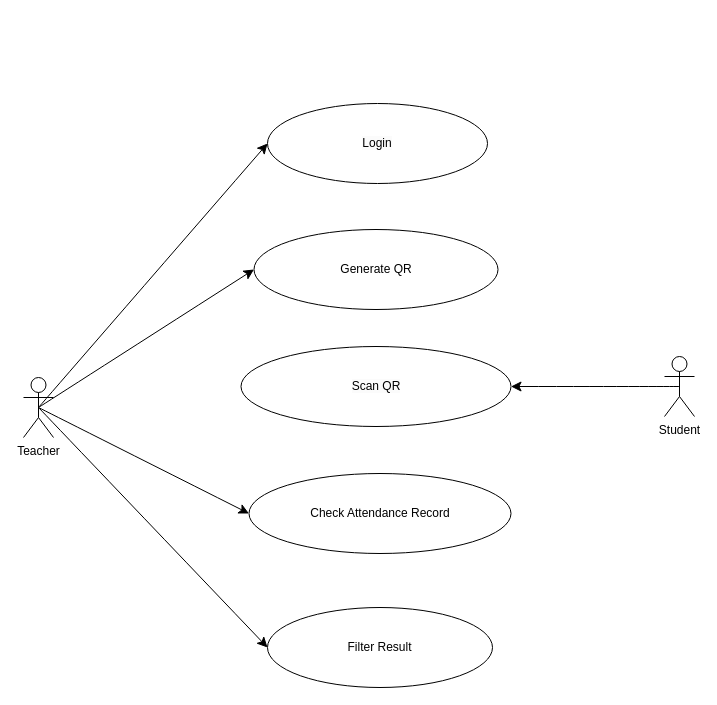
KhunMaungNgwee/InternShipProject keeps this draw.io diagram as useCase.drawio. Above is the earlier version. Source tidied: cells renumbered, new cells numbered last; positions are measured from the earlier drawing's top-left corner, leaving out a move shared by most shapes. Both pictures are drawn from the tidied source at 100%, with x=0, y=0 at pixel (23, 103).
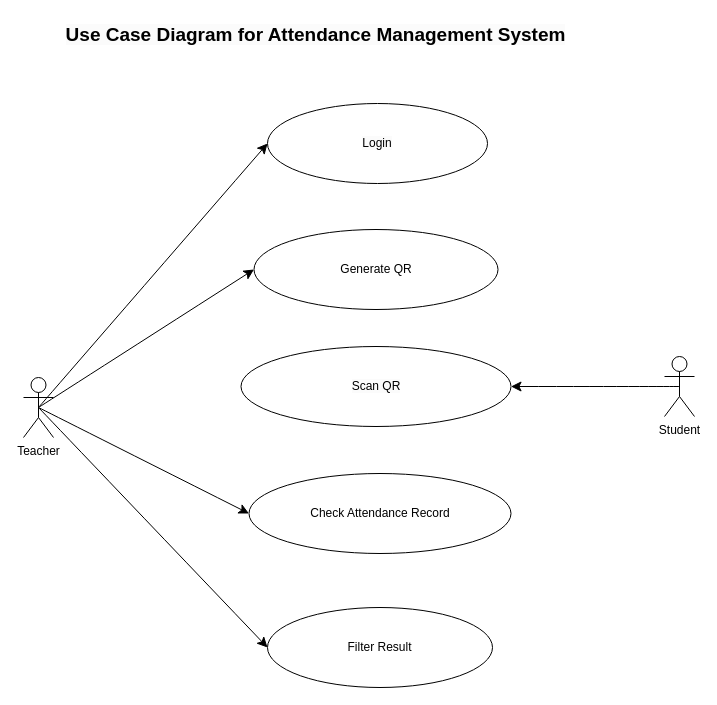
Above is the later version.

What changed in the source:
```diff
@@
 <mxGraphModel>
   <root>
     <mxCell id="0" />
     <mxCell id="1" parent="0" />
     <mxCell id="2" style="edgeStyle=none;curved=1;rounded=0;jettySize=auto;html=1;exitX=0.5;exitY=0.5;exitDx=0;exitDy=0;exitPerimeter=0;fontSize=12;startSize=8;endSize=8;" parent="1" edge="1" source="3" target="11">
       <mxGeometry relative="1" as="geometry" />
     </mxCell>
     <mxCell id="3" value="Student" style="shape=umlActor;verticalLabelPosition=bottom;verticalAlign=top;html=1;outlineConnect=0;" parent="1" vertex="1">
       <mxGeometry x="641" y="253" width="30" height="60" as="geometry" />
     </mxCell>
     <mxCell id="4" style="edgeStyle=none;curved=1;rounded=0;jettySize=auto;html=1;exitX=0.5;exitY=0.5;exitDx=0;exitDy=0;exitPerimeter=0;fontSize=12;startSize=8;endSize=8;entryX=0;entryY=0.5;entryDx=0;entryDy=0;" parent="1" edge="1" source="6" target="9">
       <mxGeometry relative="1" as="geometry" />
     </mxCell>
     <mxCell id="5" style="edgeStyle=none;curved=1;rounded=0;jettySize=auto;html=1;exitX=0.5;exitY=0.5;exitDx=0;exitDy=0;exitPerimeter=0;fontSize=12;startSize=8;endSize=8;entryX=0;entryY=0.5;entryDx=0;entryDy=0;" parent="1" edge="1" source="6" target="8">
       <mxGeometry relative="1" as="geometry" />
     </mxCell>
     <mxCell id="6" value="Teacher" style="shape=umlActor;verticalLabelPosition=bottom;verticalAlign=top;html=1;outlineConnect=0;" parent="1" vertex="1">
       <mxGeometry y="274" width="30" height="60" as="geometry" />
     </mxCell>
     <mxCell id="7" value="Generate QR" style="ellipse;whiteSpace=wrap;html=1;" parent="1" vertex="1">
       <mxGeometry x="230.5" y="126" width="244" height="80" as="geometry" />
     </mxCell>
     <mxCell id="8" value="Check Attendance Record" style="ellipse;whiteSpace=wrap;html=1;" parent="1" vertex="1">
       <mxGeometry x="225.5" y="370" width="262" height="80" as="geometry" />
     </mxCell>
     <mxCell id="9" value="Filter Result" style="ellipse;whiteSpace=wrap;html=1;" parent="1" vertex="1">
       <mxGeometry x="244" y="504" width="225" height="80" as="geometry" />
     </mxCell>
     <mxCell id="10" style="edgeStyle=none;curved=1;rounded=0;jettySize=auto;html=1;entryX=0;entryY=0.5;entryDx=0;entryDy=0;fontSize=12;startSize=8;endSize=8;exitX=0.5;exitY=0.5;exitDx=0;exitDy=0;exitPerimeter=0;" parent="1" edge="1" source="6" target="7">
       <mxGeometry relative="1" as="geometry" />
     </mxCell>
     <mxCell id="11" value="&lt;span style=&quot;background-color: rgb(251, 251, 251);&quot;&gt;Scan QR&lt;/span&gt;" style="ellipse;whiteSpace=wrap;html=1;" parent="1" vertex="1">
       <mxGeometry x="217.5" y="243" width="270" height="80" as="geometry" />
     </mxCell>
     <mxCell id="12" value="&lt;span style=&quot;background-color: rgb(251, 251, 251);&quot;&gt;Login&lt;/span&gt;" style="ellipse;whiteSpace=wrap;html=1;" parent="1" vertex="1">
       <mxGeometry x="244" width="220" height="80" as="geometry" />
     </mxCell>
     <mxCell id="13" style="edgeStyle=none;curved=1;rounded=0;jettySize=auto;html=1;exitX=0.5;exitY=0.5;exitDx=0;exitDy=0;exitPerimeter=0;entryX=0;entryY=0.5;entryDx=0;entryDy=0;fontSize=12;startSize=8;endSize=8;" parent="1" edge="1" source="6" target="12">
       <mxGeometry relative="1" as="geometry" />
     </mxCell>
+    <mxCell id="14" value="&lt;span style=&quot;font-size: 19px; font-weight: 700; background-color: rgb(251, 251, 251);&quot;&gt;Use Case Diagram for Attendance Management System&lt;/span&gt;" style="text;html=1;align=center;verticalAlign=middle;strokeColor=none;fillColor=none;" parent="1" vertex="1">
+      <mxGeometry x="33" y="-86" width="518" height="35" as="geometry" />
+    </mxCell>
   </root>
 </mxGraphModel>
```
